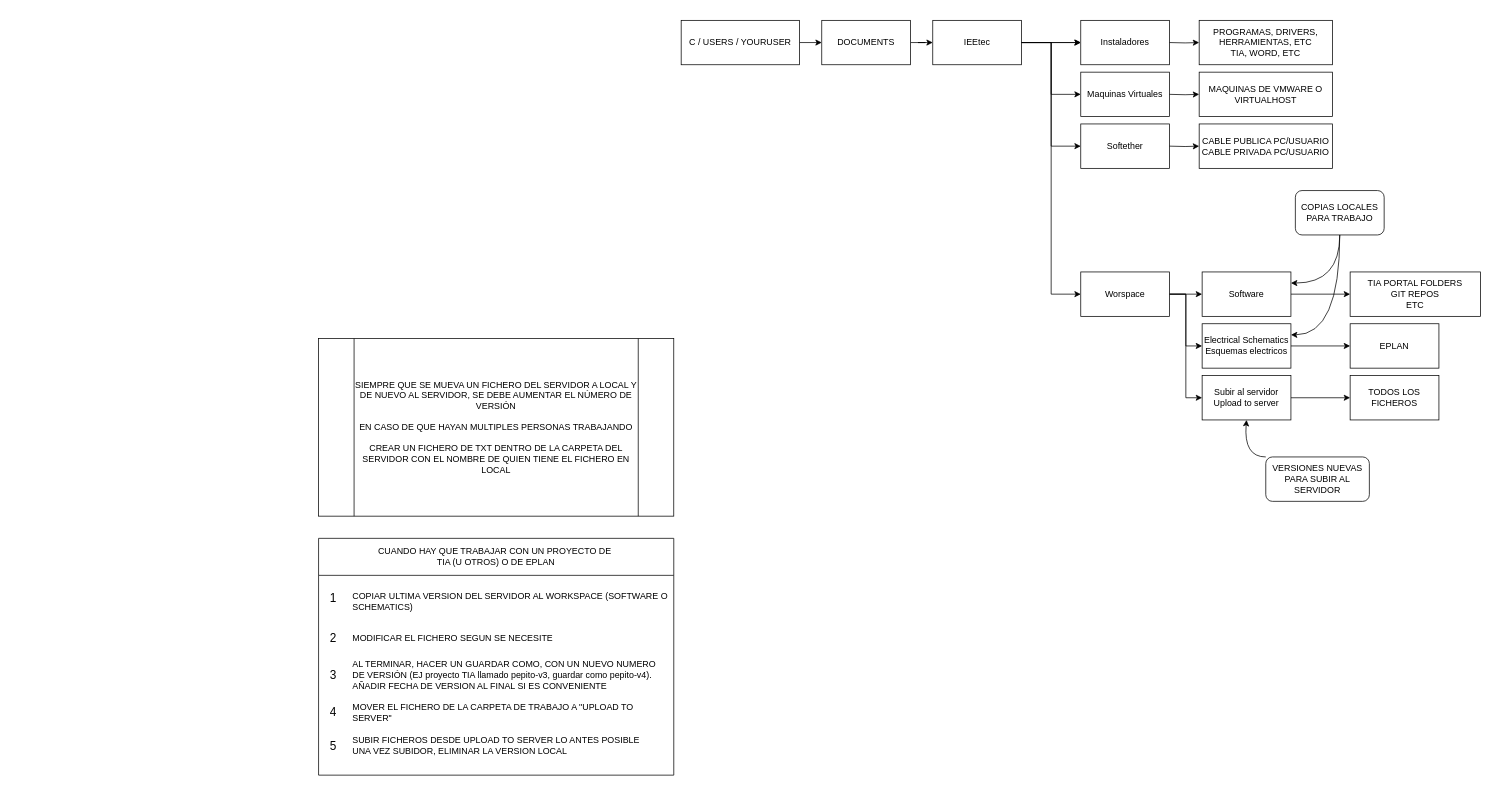
The draw.io diagram diagram/FoldersStructureDiagarm.drawio in IEEtec/folders-structure-diagram, before the edit. Source tidied: cells renumbered, new cells numbered last; positions are measured from the earlier drawing's top-left corner, leaving out a move shared by most shapes. Both pictures are drawn from the tidied source at 74%, with x=0, y=0 at pixel (318, 20).
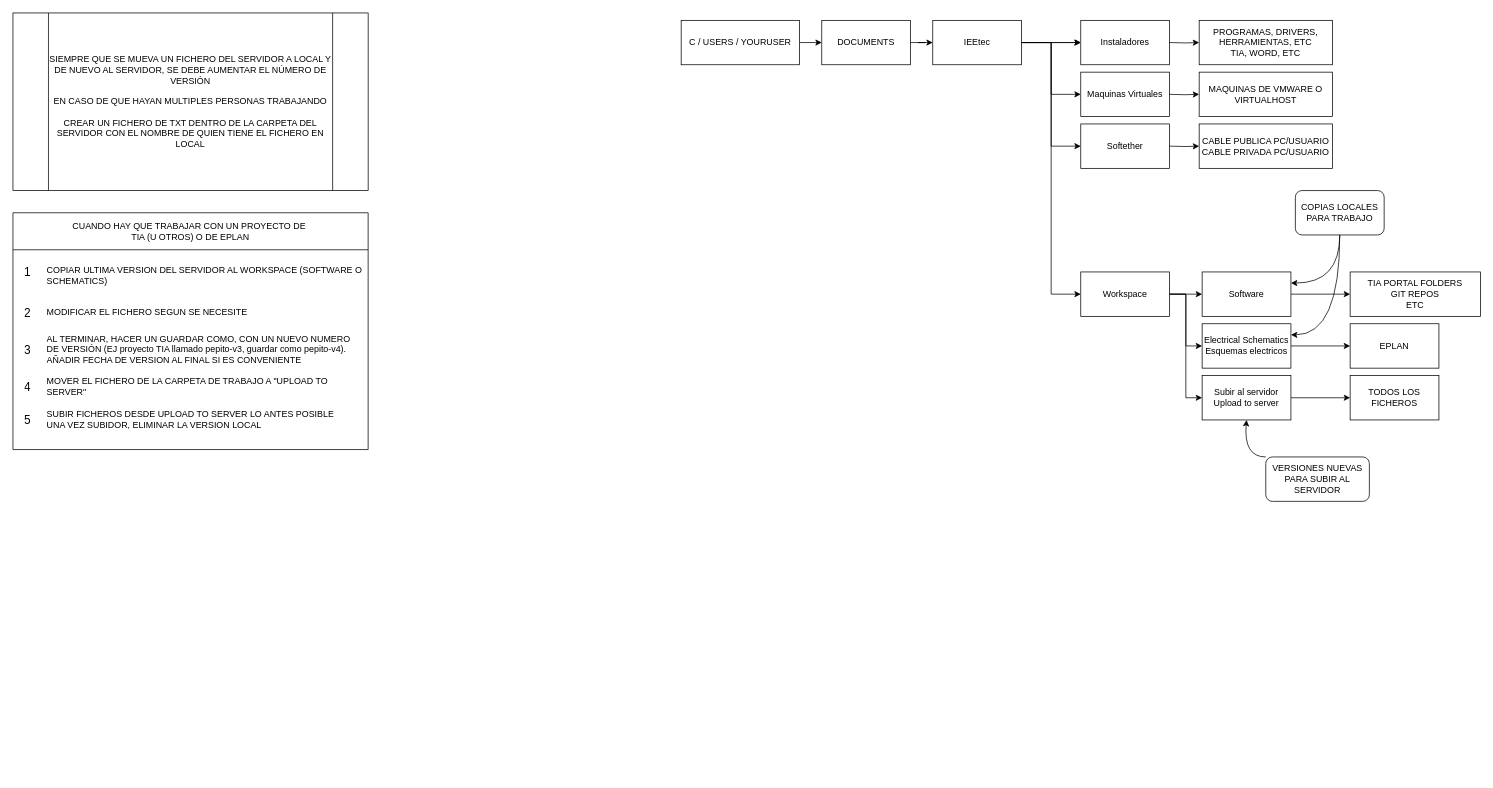
Above is the later version.

Diff of the diagram source:
```diff
@@
-    <mxCell id="16" value="Worspace" style="rounded=0;whiteSpace=wrap;html=1;" parent="1" vertex="1">
+    <mxCell id="16" value="Workspace" style="rounded=0;whiteSpace=wrap;html=1;" parent="1" vertex="1">
       <mxGeometry x="1030" y="340" width="120" height="60" as="geometry" />
     </mxCell>
@@
     <mxCell id="35" value="&lt;span style=&quot;font-weight: 400;&quot;&gt;CUANDO HAY QUE TRABAJAR CON UN PROYECTO DE&amp;nbsp;&lt;/span&gt;&lt;div&gt;&lt;span style=&quot;font-weight: 400;&quot;&gt;TIA (U OTROS) O DE EPLAN&lt;/span&gt;&lt;/div&gt;" style="swimlane;whiteSpace=wrap;html=1;startSize=50;" parent="1" vertex="1">
-      <mxGeometry y="700" width="480" height="320" as="geometry" />
+      <mxGeometry x="-413" y="260" width="480" height="320" as="geometry" />
     </mxCell>
@@
     <mxCell id="46" value="SIEMPRE QUE SE MUEVA UN FICHERO DEL SERVIDOR A LOCAL Y DE NUEVO AL SERVIDOR, SE DEBE AUMENTAR EL NÚMERO DE VERSIÓN&lt;div&gt;&lt;br&gt;&lt;/div&gt;&lt;div&gt;EN CASO DE QUE HAYAN MULTIPLES PERSONAS TRABAJANDO&lt;/div&gt;&lt;div&gt;&lt;br&gt;&lt;/div&gt;&lt;div&gt;CREAR UN FICHERO DE TXT DENTRO DE LA CARPETA DEL SERVIDOR CON EL NOMBRE DE QUIEN TIENE EL FICHERO EN LOCAL&lt;/div&gt;" style="shape=process;whiteSpace=wrap;html=1;backgroundOutline=1;" parent="1" vertex="1">
-      <mxGeometry y="430" width="480" height="240" as="geometry" />
+      <mxGeometry x="-413" y="-10" width="480" height="240" as="geometry" />
     </mxCell>
```
